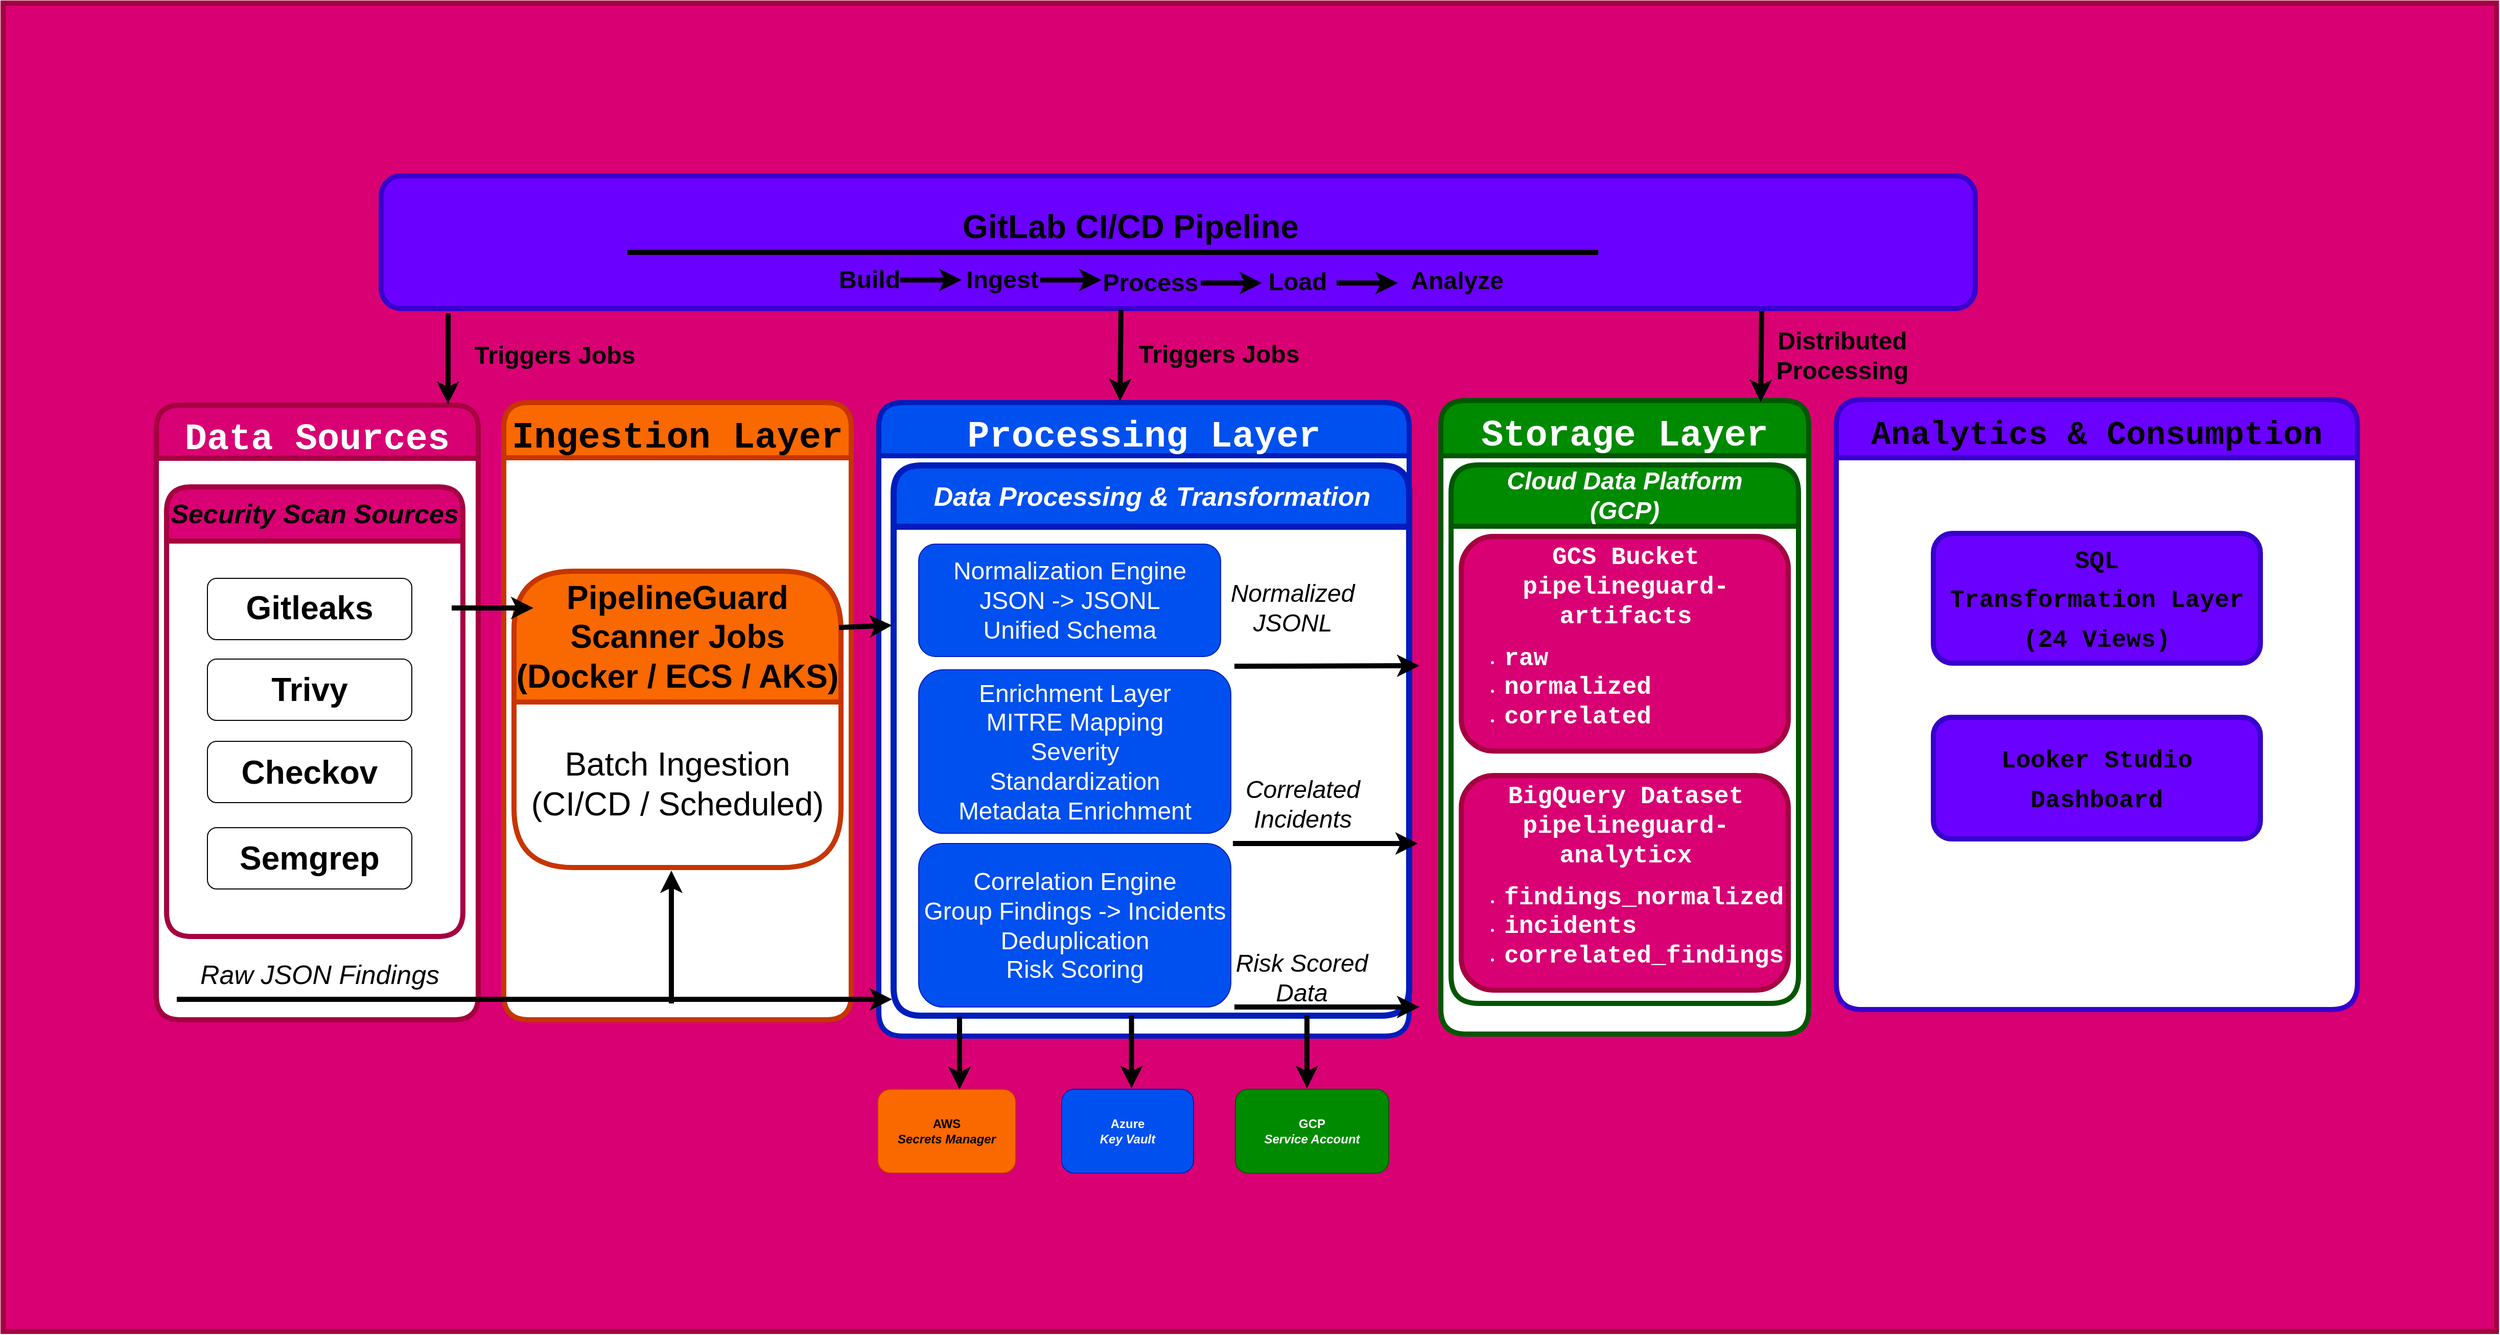
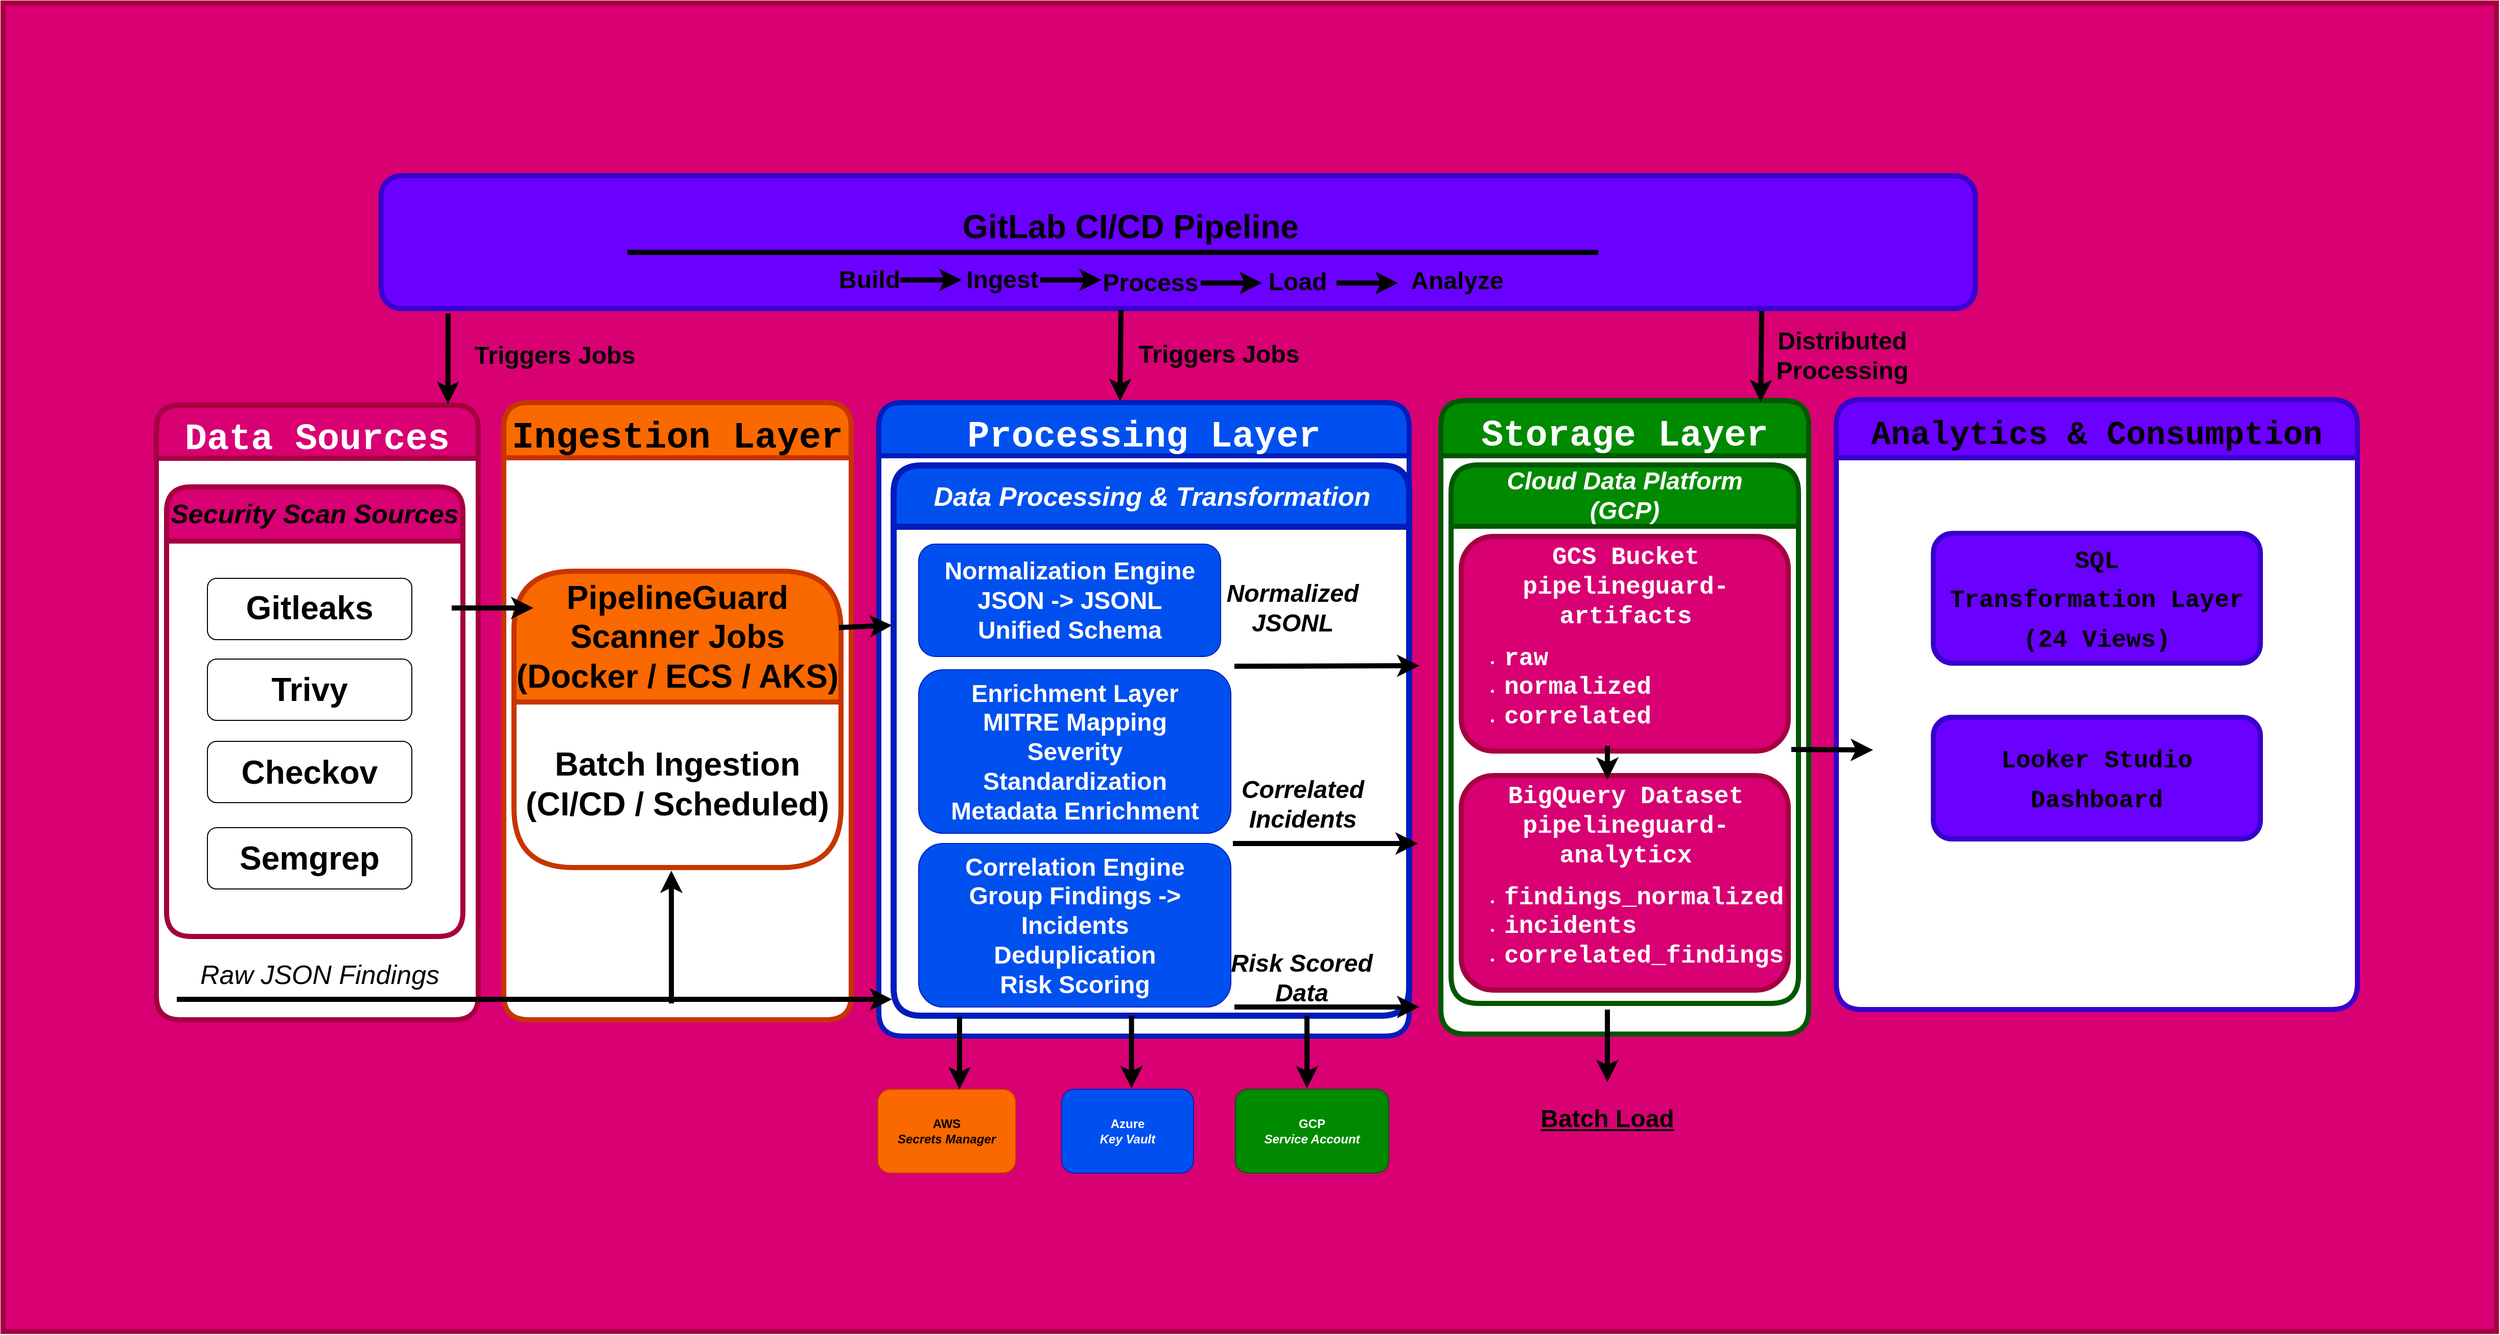
<mxfile host="app.diagrams.net">
  <diagram name="Page-1" id="wnvbU-IIBA4X3ERRIzDW">
-     <mxGraphModel dx="3262" dy="1118" grid="1" gridSize="10" guides="1" tooltips="1" connect="1" arrows="1" fold="1" page="1" pageScale="1" pageWidth="1100" pageHeight="850" math="0" shadow="0">
+     <mxGraphModel dx="3803" dy="1230" grid="1" gridSize="10" guides="1" tooltips="1" connect="1" arrows="1" fold="1" page="1" pageScale="1" pageWidth="1100" pageHeight="850" math="0" shadow="0">
      <root>
        <mxCell id="3hbKWXpWb3xlno1mbGmc-0" />
        <mxCell id="3hbKWXpWb3xlno1mbGmc-1" parent="3hbKWXpWb3xlno1mbGmc-0" />
        <mxCell id="MmhoqoZHI4b3_u_L-0jk-90" parent="3hbKWXpWb3xlno1mbGmc-1" style="rounded=0;whiteSpace=wrap;html=1;glass=0;strokeColor=light-dark(#A50040, #bf4040);strokeWidth=5;align=center;verticalAlign=middle;fontFamily=Courier New;fontSize=36;fontColor=light-dark(#FFFFFF,#FFFFFF);fontStyle=1;fillColor=light-dark(#D80073, #deddda);gradientColor=none;" value="" vertex="1">
          <mxGeometry height="1300" width="2440" x="-400" y="1000" as="geometry" />
        </mxCell>
        <mxCell id="ZwPo4dMBsSLs8uQqx6gn-26" parent="3hbKWXpWb3xlno1mbGmc-1" style="rounded=1;whiteSpace=wrap;html=1;fillColor=light-dark(#6A00FF,#9933FF);fontColor=default;strokeColor=#3700CC;align=center;verticalAlign=middle;fontFamily=Courier New;fontSize=32;fontStyle=1;strokeWidth=5;" value="" vertex="1">
          <mxGeometry height="130" width="1560" x="-30" y="1169" as="geometry" />
        </mxCell>
        <mxCell id="MmhoqoZHI4b3_u_L-0jk-2" parent="3hbKWXpWb3xlno1mbGmc-1" style="swimlane;fontSize=36;startSize=52;fontFamily=Courier New;fillColor=light-dark(#D80073,#FF6666);fontColor=light-dark(#FFFFFF,#FFFFFF);strokeColor=light-dark(#A50040, #bf4040);gradientColor=none;strokeWidth=5;rounded=1;strokeOpacity=100;glass=0;swimlaneLine=1;swimlaneFillColor=light-dark(#FFFFFF,#FFDBF7);" value="Data Sources" vertex="1">
          <mxGeometry height="601.5" width="315" x="-250" y="1393.5" as="geometry" />
        </mxCell>
        <mxCell id="ZwPo4dMBsSLs8uQqx6gn-16" parent="MmhoqoZHI4b3_u_L-0jk-2" style="swimlane;whiteSpace=wrap;html=1;startSize=53;fillColor=light-dark(#D80073,#FF6666);fontColor=#ffffff;strokeColor=light-dark(#A50040, #bf4040);strokeWidth=5;rounded=1;" value="&lt;b&gt;&lt;i style=&quot;color: light-dark(rgb(0, 0, 0), rgb(255, 255, 255));&quot;&gt;&lt;font style=&quot;font-size: 26px;&quot;&gt;Security Scan Sources&lt;/font&gt;&lt;/i&gt;&lt;/b&gt;" vertex="1">
          <mxGeometry height="440" width="290" x="10" y="80" as="geometry" />
        </mxCell>
        <mxCell id="MmhoqoZHI4b3_u_L-0jk-24" parent="ZwPo4dMBsSLs8uQqx6gn-16" style="rounded=1;whiteSpace=wrap;html=1;fillColor=light-dark(#FFFFFF,#FF6666);fontStyle=1" value="&lt;div style=&quot;line-height: 60%;&quot;&gt;&lt;font style=&quot;line-height: 60%; font-size: 32px;&quot;&gt;Gitleaks&lt;/font&gt;&lt;/div&gt;" vertex="1">
          <mxGeometry height="60" width="200" x="40" y="89.5" as="geometry" />
        </mxCell>
        <mxCell id="MmhoqoZHI4b3_u_L-0jk-25" parent="ZwPo4dMBsSLs8uQqx6gn-16" style="rounded=1;whiteSpace=wrap;html=1;fontStyle=1;fillColor=light-dark(#FFFFFF,#FF6666);" value="&lt;font style=&quot;font-size: 32px;&quot;&gt;Trivy&lt;/font&gt;" vertex="1">
          <mxGeometry height="60" width="200" x="40" y="168.5" as="geometry" />
        </mxCell>
        <mxCell id="MmhoqoZHI4b3_u_L-0jk-26" parent="ZwPo4dMBsSLs8uQqx6gn-16" style="rounded=1;whiteSpace=wrap;html=1;fontStyle=1;fillColor=light-dark(#FFFFFF,#FF6666);" value="&lt;font style=&quot;font-size: 32px;&quot;&gt;Checkov&lt;/font&gt;" vertex="1">
          <mxGeometry height="60" width="200" x="40" y="249" as="geometry" />
        </mxCell>
        <mxCell id="MmhoqoZHI4b3_u_L-0jk-27" parent="ZwPo4dMBsSLs8uQqx6gn-16" style="rounded=1;whiteSpace=wrap;html=1;fillColor=light-dark(#FFFFFF,#FF6666);fontStyle=1" value="&lt;font style=&quot;font-size: 32px;&quot;&gt;Semgrep&lt;/font&gt;" vertex="1">
          <mxGeometry height="60" width="200" x="40" y="333.5" as="geometry" />
        </mxCell>
        <mxCell id="ZwPo4dMBsSLs8uQqx6gn-22" parent="MmhoqoZHI4b3_u_L-0jk-2" style="text;html=1;whiteSpace=wrap;strokeColor=none;fillColor=none;align=center;verticalAlign=middle;rounded=0;fontColor=light-dark(#000000,#000000);" value="&lt;i&gt;&lt;font style=&quot;font-size: 26px;&quot;&gt;Raw JSON Findings&lt;/font&gt;&lt;/i&gt;" vertex="1">
          <mxGeometry height="30" width="260" x="30" y="542.5" as="geometry" />
        </mxCell>
        <mxCell id="MmhoqoZHI4b3_u_L-0jk-8" parent="3hbKWXpWb3xlno1mbGmc-1" style="text;strokeColor=none;fillColor=none;html=1;fontSize=32;fontStyle=1;verticalAlign=middle;align=center;" value="GitLab CI/CD Pipeline" vertex="1">
          <mxGeometry height="40" width="30" x="688" y="1199" as="geometry" />
        </mxCell>
        <mxCell id="MmhoqoZHI4b3_u_L-0jk-9" parent="3hbKWXpWb3xlno1mbGmc-1" style="line;strokeWidth=5;html=1;" value="" vertex="1">
          <mxGeometry height="10" width="950" x="211" y="1239" as="geometry" />
        </mxCell>
        <mxCell id="MmhoqoZHI4b3_u_L-0jk-12" parent="3hbKWXpWb3xlno1mbGmc-1" style="swimlane;fontSize=36;startSize=54;fontFamily=Courier New;fillColor=#fa6800;fontColor=#000000;strokeColor=#C73500;rounded=1;strokeWidth=5;swimlaneFillColor=light-dark(#FFFFFF,#FFEECC);" value="Ingestion Layer" vertex="1">
          <mxGeometry height="604" width="340" x="90" y="1391" as="geometry" />
        </mxCell>
        <mxCell id="ZwPo4dMBsSLs8uQqx6gn-23" parent="MmhoqoZHI4b3_u_L-0jk-12" style="swimlane;whiteSpace=wrap;html=1;startSize=128;fillColor=#fa6800;fontColor=#000000;strokeColor=#C73500;rounded=1;strokeWidth=5;" value="&lt;font style=&quot;font-size: 32px;&quot;&gt;PipelineGuard Scanner Jobs&lt;br&gt;(Docker / ECS / AKS)&lt;/font&gt;" vertex="1">
          <mxGeometry height="290" width="320" x="10" y="165" as="geometry" />
        </mxCell>
-         <mxCell id="ZwPo4dMBsSLs8uQqx6gn-24" parent="ZwPo4dMBsSLs8uQqx6gn-23" style="text;html=1;whiteSpace=wrap;strokeColor=none;fillColor=none;align=center;verticalAlign=middle;rounded=0;fontColor=light-dark(#000000,#000000);" value="&lt;div&gt;&lt;font style=&quot;font-size: 32px;&quot;&gt;Batch Ingestion&lt;/font&gt;&lt;/div&gt;&lt;div&gt;&lt;font style=&quot;font-size: 32px;&quot;&gt;(CI/CD / Scheduled)&lt;/font&gt;&lt;/div&gt;" vertex="1">
+         <mxCell id="ZwPo4dMBsSLs8uQqx6gn-24" parent="ZwPo4dMBsSLs8uQqx6gn-23" style="text;html=1;whiteSpace=wrap;strokeColor=none;fillColor=none;align=center;verticalAlign=middle;rounded=0;fontColor=light-dark(#000000,#000000);fontStyle=1" value="&lt;div&gt;&lt;font style=&quot;font-size: 32px;&quot;&gt;Batch Ingestion&lt;/font&gt;&lt;/div&gt;&lt;div&gt;&lt;font style=&quot;font-size: 32px;&quot;&gt;(CI/CD / Scheduled)&lt;/font&gt;&lt;/div&gt;" vertex="1">
          <mxGeometry height="126" width="300" x="10" y="145" as="geometry" />
        </mxCell>
        <mxCell id="MmhoqoZHI4b3_u_L-0jk-15" parent="3hbKWXpWb3xlno1mbGmc-1" style="swimlane;fontSize=36;startSize=52;fontFamily=Courier New;fillColor=#0050ef;fontColor=#ffffff;strokeColor=#001DBC;rounded=1;absoluteArcSize=0;noLabel=0;strokeWidth=5;swimlaneFillColor=light-dark(#FFFFFF,#D1F9FF);" value="Processing Layer" vertex="1">
          <mxGeometry height="620" width="519" x="457" y="1391" as="geometry" />
        </mxCell>
        <mxCell id="MmhoqoZHI4b3_u_L-0jk-16" parent="MmhoqoZHI4b3_u_L-0jk-15" style="swimlane;whiteSpace=wrap;html=1;startSize=60;fillColor=#0050ef;fontColor=#ffffff;strokeColor=#001DBC;rounded=1;strokeWidth=6;swimlaneFillColor=light-dark(#FFFFFF,#D1F9FF);" value="&lt;font style=&quot;font-size: 26px;&quot;&gt;&lt;i&gt;Data Processing &amp;amp; Transformation&lt;/i&gt;&lt;/font&gt;" vertex="1">
          <mxGeometry height="538.5" width="504.5" x="14.5" y="61.5" as="geometry" />
        </mxCell>
-         <mxCell id="MmhoqoZHI4b3_u_L-0jk-54" parent="MmhoqoZHI4b3_u_L-0jk-16" style="rounded=1;whiteSpace=wrap;html=1;fillColor=#0050ef;fontColor=#ffffff;strokeColor=#001DBC;" value="&lt;div&gt;&lt;font style=&quot;font-size: 24px;&quot;&gt;Normalization Engine&lt;/font&gt;&lt;/div&gt;&lt;div&gt;&lt;font style=&quot;font-size: 24px;&quot;&gt;JSON -&amp;gt; JSONL&lt;/font&gt;&lt;/div&gt;&lt;div&gt;&lt;font style=&quot;font-size: 24px;&quot;&gt;Unified Schema&lt;/font&gt;&lt;/div&gt;" vertex="1">
+         <mxCell id="MmhoqoZHI4b3_u_L-0jk-54" parent="MmhoqoZHI4b3_u_L-0jk-16" style="rounded=1;whiteSpace=wrap;html=1;fillColor=#0050ef;fontColor=#ffffff;strokeColor=#001DBC;fontStyle=1" value="&lt;div&gt;&lt;font style=&quot;font-size: 24px;&quot;&gt;Normalization Engine&lt;/font&gt;&lt;/div&gt;&lt;div&gt;&lt;font style=&quot;font-size: 24px;&quot;&gt;JSON -&amp;gt; JSONL&lt;/font&gt;&lt;/div&gt;&lt;div&gt;&lt;font style=&quot;font-size: 24px;&quot;&gt;Unified Schema&lt;/font&gt;&lt;/div&gt;" vertex="1">
          <mxGeometry height="110" width="295.5" x="24.5" y="77" as="geometry" />
        </mxCell>
-         <mxCell id="MmhoqoZHI4b3_u_L-0jk-55" parent="MmhoqoZHI4b3_u_L-0jk-16" style="rounded=1;whiteSpace=wrap;html=1;fillColor=#0050ef;fontColor=#ffffff;strokeColor=#001DBC;" value="&lt;div&gt;&lt;font style=&quot;font-size: 24px;&quot;&gt;Enrichment Layer&lt;/font&gt;&lt;/div&gt;&lt;div&gt;&lt;font style=&quot;font-size: 24px;&quot;&gt;MITRE Mapping&lt;/font&gt;&lt;/div&gt;&lt;div&gt;&lt;font style=&quot;font-size: 24px;&quot;&gt;Severity&lt;/font&gt;&lt;/div&gt;&lt;div&gt;&lt;font style=&quot;font-size: 24px;&quot;&gt;Standardization&lt;/font&gt;&lt;/div&gt;&lt;div&gt;&lt;font style=&quot;font-size: 24px;&quot;&gt;Metadata Enrichment&lt;/font&gt;&lt;/div&gt;" vertex="1">
+         <mxCell id="MmhoqoZHI4b3_u_L-0jk-55" parent="MmhoqoZHI4b3_u_L-0jk-16" style="rounded=1;whiteSpace=wrap;html=1;fillColor=#0050ef;fontColor=#ffffff;strokeColor=#001DBC;fontStyle=1" value="&lt;div&gt;&lt;font style=&quot;font-size: 24px;&quot;&gt;Enrichment Layer&lt;/font&gt;&lt;/div&gt;&lt;div&gt;&lt;font style=&quot;font-size: 24px;&quot;&gt;MITRE Mapping&lt;/font&gt;&lt;/div&gt;&lt;div&gt;&lt;font style=&quot;font-size: 24px;&quot;&gt;Severity&lt;/font&gt;&lt;/div&gt;&lt;div&gt;&lt;font style=&quot;font-size: 24px;&quot;&gt;Standardization&lt;/font&gt;&lt;/div&gt;&lt;div&gt;&lt;font style=&quot;font-size: 24px;&quot;&gt;Metadata Enrichment&lt;/font&gt;&lt;/div&gt;" vertex="1">
          <mxGeometry height="160" width="305.5" x="24.5" y="200" as="geometry" />
        </mxCell>
-         <mxCell id="MmhoqoZHI4b3_u_L-0jk-56" parent="MmhoqoZHI4b3_u_L-0jk-16" style="rounded=1;whiteSpace=wrap;html=1;fillColor=#0050ef;fontColor=#ffffff;strokeColor=#001DBC;" value="&lt;div&gt;&lt;font style=&quot;font-size: 24px;&quot;&gt;Correlation Engine&lt;/font&gt;&lt;/div&gt;&lt;div&gt;&lt;font style=&quot;font-size: 24px;&quot;&gt;Group Findings -&amp;gt; Incidents&lt;/font&gt;&lt;/div&gt;&lt;div&gt;&lt;font style=&quot;font-size: 24px;&quot;&gt;Deduplication&lt;/font&gt;&lt;/div&gt;&lt;div&gt;&lt;font style=&quot;font-size: 24px;&quot;&gt;Risk Scoring&lt;/font&gt;&lt;/div&gt;" vertex="1">
+         <mxCell id="MmhoqoZHI4b3_u_L-0jk-56" parent="MmhoqoZHI4b3_u_L-0jk-16" style="rounded=1;whiteSpace=wrap;html=1;fillColor=#0050ef;fontColor=#ffffff;strokeColor=#001DBC;fontStyle=1" value="&lt;div&gt;&lt;font style=&quot;font-size: 24px;&quot;&gt;Correlation Engine&lt;/font&gt;&lt;/div&gt;&lt;div&gt;&lt;font style=&quot;font-size: 24px;&quot;&gt;Group Findings -&amp;gt; Incidents&lt;/font&gt;&lt;/div&gt;&lt;div&gt;&lt;font style=&quot;font-size: 24px;&quot;&gt;Deduplication&lt;/font&gt;&lt;/div&gt;&lt;div&gt;&lt;font style=&quot;font-size: 24px;&quot;&gt;Risk Scoring&lt;/font&gt;&lt;/div&gt;" vertex="1">
          <mxGeometry height="160" width="305.5" x="24.5" y="370" as="geometry" />
        </mxCell>
-         <mxCell id="MmhoqoZHI4b3_u_L-0jk-57" parent="MmhoqoZHI4b3_u_L-0jk-16" style="text;html=1;whiteSpace=wrap;strokeColor=none;fillColor=none;align=center;verticalAlign=middle;rounded=0;fontColor=light-dark(#000000,#000000);" value="&lt;font style=&quot;font-size: 24px;&quot;&gt;&lt;i&gt;&lt;font&gt;Normalized JSONL&lt;/font&gt;&lt;/i&gt;&lt;/font&gt;" vertex="1">
+         <mxCell id="MmhoqoZHI4b3_u_L-0jk-57" parent="MmhoqoZHI4b3_u_L-0jk-16" style="text;html=1;whiteSpace=wrap;strokeColor=none;fillColor=none;align=center;verticalAlign=middle;rounded=0;fontColor=light-dark(#000000,#000000);fontStyle=1" value="&lt;font style=&quot;font-size: 24px;&quot;&gt;&lt;i&gt;&lt;font&gt;Normalized JSONL&lt;/font&gt;&lt;/i&gt;&lt;/font&gt;" vertex="1">
          <mxGeometry height="58" width="160" x="310" y="110" as="geometry" />
        </mxCell>
-         <mxCell id="MmhoqoZHI4b3_u_L-0jk-58" parent="MmhoqoZHI4b3_u_L-0jk-16" style="text;html=1;whiteSpace=wrap;strokeColor=none;fillColor=none;align=center;verticalAlign=middle;rounded=0;fontColor=light-dark(#000000,#000000);" value="&lt;div&gt;&lt;font style=&quot;font-size: 24px;&quot;&gt;&lt;i&gt;Correlated&lt;/i&gt;&lt;/font&gt;&lt;/div&gt;&lt;div&gt;&lt;font style=&quot;font-size: 24px;&quot;&gt;&lt;i&gt;Incidents&lt;/i&gt;&lt;/font&gt;&lt;/div&gt;" vertex="1">
+         <mxCell id="MmhoqoZHI4b3_u_L-0jk-58" parent="MmhoqoZHI4b3_u_L-0jk-16" style="text;html=1;whiteSpace=wrap;strokeColor=none;fillColor=none;align=center;verticalAlign=middle;rounded=0;fontColor=light-dark(#000000,#000000);fontStyle=1" value="&lt;div&gt;&lt;font style=&quot;font-size: 24px;&quot;&gt;&lt;i&gt;Correlated&lt;/i&gt;&lt;/font&gt;&lt;/div&gt;&lt;div&gt;&lt;font style=&quot;font-size: 24px;&quot;&gt;&lt;i&gt;Incidents&lt;/i&gt;&lt;/font&gt;&lt;/div&gt;" vertex="1">
          <mxGeometry height="58" width="160" x="320" y="302" as="geometry" />
        </mxCell>
-         <mxCell id="MmhoqoZHI4b3_u_L-0jk-59" parent="MmhoqoZHI4b3_u_L-0jk-16" style="text;html=1;whiteSpace=wrap;strokeColor=none;fillColor=none;align=center;verticalAlign=middle;rounded=0;fontColor=light-dark(#000000,#000000);" value="&lt;div&gt;&lt;i&gt;&lt;font style=&quot;font-size: 24px;&quot;&gt;Risk Scored&lt;/font&gt;&lt;/i&gt;&lt;/div&gt;&lt;div&gt;&lt;i&gt;&lt;font style=&quot;font-size: 24px;&quot;&gt;Data&lt;/font&gt;&lt;/i&gt;&lt;/div&gt;" vertex="1">
+         <mxCell id="MmhoqoZHI4b3_u_L-0jk-59" parent="MmhoqoZHI4b3_u_L-0jk-16" style="text;html=1;whiteSpace=wrap;strokeColor=none;fillColor=none;align=center;verticalAlign=middle;rounded=0;fontColor=light-dark(#000000,#000000);fontStyle=1" value="&lt;div&gt;&lt;i&gt;&lt;font style=&quot;font-size: 24px;&quot;&gt;Risk Scored&lt;/font&gt;&lt;/i&gt;&lt;/div&gt;&lt;div&gt;&lt;i&gt;&lt;font style=&quot;font-size: 24px;&quot;&gt;Data&lt;/font&gt;&lt;/i&gt;&lt;/div&gt;" vertex="1">
          <mxGeometry height="58" width="160" x="319.5" y="472" as="geometry" />
        </mxCell>
        <mxCell id="MmhoqoZHI4b3_u_L-0jk-61" edge="1" parent="MmhoqoZHI4b3_u_L-0jk-16" style="endArrow=classic;html=1;rounded=0;entryX=0;entryY=0.5;entryDx=0;entryDy=0;strokeWidth=5;strokeColor=light-dark(#000000,#000000);align=center;verticalAlign=middle;fontFamily=Helvetica;fontSize=11;fontColor=default;labelBackgroundColor=default;" value="">
          <mxGeometry height="50" relative="1" width="50" as="geometry">
            <mxPoint x="332" y="370" as="sourcePoint" />
            <mxPoint x="513" y="370" as="targetPoint" />
          </mxGeometry>
        </mxCell>
        <mxCell id="MmhoqoZHI4b3_u_L-0jk-62" edge="1" parent="MmhoqoZHI4b3_u_L-0jk-16" style="endArrow=classic;html=1;rounded=0;entryX=0;entryY=0.5;entryDx=0;entryDy=0;strokeWidth=5;strokeColor=light-dark(#000000,#000000);align=center;verticalAlign=middle;fontFamily=Helvetica;fontSize=11;fontColor=default;labelBackgroundColor=default;" value="">
          <mxGeometry height="50" relative="1" width="50" as="geometry">
            <mxPoint x="333.5" y="530" as="sourcePoint" />
            <mxPoint x="514.5" y="530" as="targetPoint" />
          </mxGeometry>
        </mxCell>
        <mxCell id="MmhoqoZHI4b3_u_L-0jk-69" edge="1" parent="MmhoqoZHI4b3_u_L-0jk-15" style="endArrow=classic;html=1;rounded=0;strokeColor=light-dark(#000000,#000000);strokeWidth=5;align=center;verticalAlign=middle;fontFamily=Helvetica;fontSize=11;fontColor=default;labelBackgroundColor=default;" value="">
          <mxGeometry height="50" relative="1" width="50" as="geometry">
            <mxPoint x="247.28999999999996" y="600" as="sourcePoint" />
            <mxPoint x="247.28999999999996" y="671" as="targetPoint" />
          </mxGeometry>
        </mxCell>
        <mxCell id="MmhoqoZHI4b3_u_L-0jk-18" parent="3hbKWXpWb3xlno1mbGmc-1" style="swimlane;fontSize=36;startSize=54;fontFamily=Courier New;align=center;fillColor=#008a00;strokeColor=#005700;fontColor=light-dark(#FFFFFF,#FFFFFF);rounded=1;strokeWidth=5;swimlaneFillColor=light-dark(#FFFFFF,#C9FFCC);" value="Storage Layer" vertex="1">
          <mxGeometry height="620" width="360" x="1007" y="1389" as="geometry" />
        </mxCell>
        <mxCell id="MmhoqoZHI4b3_u_L-0jk-19" parent="MmhoqoZHI4b3_u_L-0jk-18" style="swimlane;whiteSpace=wrap;html=1;startSize=60;fillColor=#008a00;fontColor=light-dark(#FFFFFF,#FFFFFF);strokeColor=#005700;rounded=1;strokeWidth=5;" value="&lt;div&gt;&lt;font style=&quot;font-size: 24px;&quot;&gt;&lt;i&gt;&lt;font&gt;Cloud Data Platform&lt;/font&gt;&lt;/i&gt;&lt;/font&gt;&lt;/div&gt;&lt;div&gt;&lt;font style=&quot;font-size: 24px;&quot;&gt;&lt;i&gt;&lt;font&gt;(GCP)&lt;/font&gt;&lt;/i&gt;&lt;/font&gt;&lt;/div&gt;" vertex="1">
          <mxGeometry height="527" width="340" x="10" y="63" as="geometry" />
        </mxCell>
        <mxCell id="MmhoqoZHI4b3_u_L-0jk-73" parent="MmhoqoZHI4b3_u_L-0jk-19" style="rounded=1;whiteSpace=wrap;html=1;glass=0;strokeColor=light-dark(#A50040,#66FF66);strokeWidth=5;align=left;verticalAlign=middle;fontFamily=Courier New;fontSize=12;fontColor=light-dark(#FFFFFF, #000000);fontStyle=1;fillColor=light-dark(#D80073,#97D077);gradientColor=none;" value="&lt;div align=&quot;center&quot;&gt;&lt;font style=&quot;font-size: 24px;&quot;&gt;GCS Bucket&lt;/font&gt;&lt;/div&gt;&lt;div align=&quot;center&quot;&gt;&lt;font style=&quot;font-size: 24px;&quot;&gt;pipelineguard-a&lt;/font&gt;&lt;font style=&quot;font-size: 24px;&quot;&gt;rtifacts&lt;/font&gt;&lt;/div&gt;&lt;div&gt;&lt;ul&gt;&lt;li&gt;&lt;font style=&quot;font-size: 24px;&quot;&gt;raw&lt;/font&gt;&lt;/li&gt;&lt;li&gt;&lt;font style=&quot;font-size: 24px;&quot;&gt;normalized&lt;/font&gt;&lt;/li&gt;&lt;li&gt;&lt;font style=&quot;font-size: 24px;&quot;&gt;correlated&lt;/font&gt;&lt;/li&gt;&lt;/ul&gt;&lt;/div&gt;" vertex="1">
          <mxGeometry height="210" width="320" x="10" y="70" as="geometry" />
        </mxCell>
        <mxCell id="MmhoqoZHI4b3_u_L-0jk-74" parent="MmhoqoZHI4b3_u_L-0jk-19" style="rounded=1;whiteSpace=wrap;html=1;glass=0;strokeColor=light-dark(#A50040,#66FF66);strokeWidth=5;align=left;verticalAlign=middle;fontFamily=Courier New;fontSize=12;fontColor=light-dark(#FFFFFF, #000000);fontStyle=1;fillColor=light-dark(#D80073,#97D077);gradientColor=none;" value="&lt;div align=&quot;center&quot;&gt;&lt;font style=&quot;font-size: 24px;&quot;&gt;BigQuery Dataset&lt;/font&gt;&lt;/div&gt;&lt;div align=&quot;center&quot;&gt;&lt;font style=&quot;font-size: 24px;&quot;&gt;pipelineguard-analyticx&lt;/font&gt;&lt;/div&gt;&lt;div&gt;&lt;ul&gt;&lt;li&gt;&lt;font style=&quot;font-size: 24px;&quot;&gt;findings_normalized&lt;/font&gt;&lt;/li&gt;&lt;li&gt;&lt;font style=&quot;font-size: 24px;&quot;&gt;incidents&lt;/font&gt;&lt;/li&gt;&lt;li&gt;&lt;font style=&quot;font-size: 24px;&quot;&gt;correlated_findings&lt;/font&gt;&lt;/li&gt;&lt;/ul&gt;&lt;/div&gt;" vertex="1">
          <mxGeometry height="210" width="320" x="10" y="304" as="geometry" />
        </mxCell>
-         <mxCell id="MmhoqoZHI4b3_u_L-0jk-21" parent="3hbKWXpWb3xlno1mbGmc-1" style="swimlane;fontSize=32;startSize=57;fontFamily=Courier New;fillColor=light-dark(#6A00FF,#9933FF);fontColor=default;strokeColor=#3700CC;rounded=1;strokeWidth=5;swimlaneFillColor=light-dark(#FFFFFF,#E5CCFF);" value="Analytics &amp; Consumption" vertex="1">
+         <mxCell id="dgWkQe_JnihtNfNwHRCE-1" edge="1" parent="MmhoqoZHI4b3_u_L-0jk-19" style="endArrow=classic;html=1;rounded=0;strokeColor=light-dark(#000000,#000000);strokeWidth=5;align=center;verticalAlign=middle;fontFamily=Helvetica;fontSize=11;fontColor=default;labelBackgroundColor=default;" value="">
+           <mxGeometry height="50" relative="1" width="50" as="geometry">
+             <mxPoint x="153" y="275" as="sourcePoint" />
+             <mxPoint x="153" y="308" as="targetPoint" />
+           </mxGeometry>
+         </mxCell>
+         <mxCell id="MmhoqoZHI4b3_u_L-0jk-21" parent="3hbKWXpWb3xlno1mbGmc-1" style="swimlane;fontSize=32;startSize=57;fontFamily=Courier New;fillColor=light-dark(#6A00FF,#9933FF);fontColor=default;strokeColor=light-dark(#3700CC,#9933FF);rounded=1;strokeWidth=5;swimlaneFillColor=light-dark(#FFFFFF,#E5CCFF);" value="Analytics &amp; Consumption" vertex="1">
          <mxGeometry height="597" width="510" x="1394" y="1388" as="geometry" />
        </mxCell>
        <mxCell id="MmhoqoZHI4b3_u_L-0jk-76" parent="MmhoqoZHI4b3_u_L-0jk-21" style="rounded=1;whiteSpace=wrap;html=1;glass=0;strokeColor=#3700CC;strokeWidth=5;align=center;verticalAlign=middle;fontFamily=Courier New;fontSize=32;fontColor=default;fontStyle=1;fillColor=light-dark(#6A00FF,#9933FF);swimlaneFillColor=light-dark(#000000,#E5CCFF);" value="&lt;div align=&quot;center&quot;&gt;&lt;font style=&quot;font-size: 24px;&quot;&gt;SQL&lt;/font&gt;&lt;/div&gt;&lt;div align=&quot;center&quot;&gt;&lt;font style=&quot;font-size: 24px;&quot;&gt;Transformation Layer (24 Views)&lt;/font&gt;&lt;/div&gt;" vertex="1">
          <mxGeometry height="127" width="320" x="95" y="131" as="geometry" />
        </mxCell>
        <mxCell id="MmhoqoZHI4b3_u_L-0jk-77" parent="MmhoqoZHI4b3_u_L-0jk-21" style="rounded=1;whiteSpace=wrap;html=1;glass=0;strokeColor=#3700CC;strokeWidth=5;align=center;verticalAlign=middle;fontFamily=Courier New;fontSize=32;fontColor=default;fontStyle=1;fillColor=light-dark(#6A00FF,#9933FF);swimlaneFillColor=light-dark(#000000,#E5CCFF);" value="&lt;div align=&quot;center&quot;&gt;&lt;font style=&quot;font-size: 24px;&quot;&gt;Looker Studio&lt;/font&gt;&lt;/div&gt;&lt;div align=&quot;center&quot;&gt;&lt;font style=&quot;font-size: 24px;&quot;&gt;Dashboard&lt;/font&gt;&lt;/div&gt;" vertex="1">
          <mxGeometry height="119" width="320" x="95" y="311" as="geometry" />
        </mxCell>
+         <mxCell id="dgWkQe_JnihtNfNwHRCE-2" edge="1" parent="MmhoqoZHI4b3_u_L-0jk-21" style="endArrow=classic;html=1;rounded=0;strokeWidth=5;strokeColor=light-dark(#000000,#000000);align=center;verticalAlign=middle;fontFamily=Helvetica;fontSize=11;fontColor=default;labelBackgroundColor=default;" value="">
+           <mxGeometry height="50" relative="1" width="50" as="geometry">
+             <mxPoint x="-44" y="342.4999999999998" as="sourcePoint" />
+             <mxPoint x="36" y="343" as="targetPoint" />
+           </mxGeometry>
+         </mxCell>
        <mxCell id="MmhoqoZHI4b3_u_L-0jk-29" edge="1" parent="3hbKWXpWb3xlno1mbGmc-1" style="endArrow=classic;html=1;rounded=0;strokeWidth=5;strokeColor=light-dark(#000000,#000000);" value="">
          <mxGeometry height="50" relative="1" width="50" as="geometry">
            <mxPoint x="-230" y="1975" as="sourcePoint" />
            <mxPoint x="470" y="1975" as="targetPoint" />
          </mxGeometry>
        </mxCell>
        <mxCell id="MmhoqoZHI4b3_u_L-0jk-31" edge="1" parent="3hbKWXpWb3xlno1mbGmc-1" style="endArrow=classic;html=1;rounded=0;strokeColor=light-dark(#000000,#000000);strokeWidth=5;align=center;verticalAlign=middle;fontFamily=Helvetica;fontSize=11;fontColor=default;labelBackgroundColor=default;" value="">
          <mxGeometry height="50" relative="1" width="50" as="geometry">
            <mxPoint x="39" y="1592" as="sourcePoint" />
            <mxPoint x="119" y="1592" as="targetPoint" />
          </mxGeometry>
        </mxCell>
        <mxCell id="MmhoqoZHI4b3_u_L-0jk-41" edge="1" parent="3hbKWXpWb3xlno1mbGmc-1" source="MmhoqoZHI4b3_u_L-0jk-32" style="edgeStyle=orthogonalEdgeStyle;rounded=0;orthogonalLoop=1;jettySize=auto;html=1;strokeWidth=5;" value="">
          <mxGeometry relative="1" as="geometry">
            <mxPoint x="538" y="1271" as="targetPoint" />
          </mxGeometry>
        </mxCell>
        <mxCell id="MmhoqoZHI4b3_u_L-0jk-32" parent="3hbKWXpWb3xlno1mbGmc-1" style="text;html=1;whiteSpace=wrap;strokeColor=none;fillColor=none;align=center;verticalAlign=middle;rounded=0;fontStyle=1;fontSize=24;" value="&lt;font&gt;Build&lt;/font&gt;" vertex="1">
          <mxGeometry height="30" width="60" x="418" y="1256" as="geometry" />
        </mxCell>
        <mxCell id="MmhoqoZHI4b3_u_L-0jk-33" parent="3hbKWXpWb3xlno1mbGmc-1" style="text;html=1;whiteSpace=wrap;strokeColor=none;fillColor=none;align=center;verticalAlign=middle;rounded=0;fontFamily=Helvetica;fontSize=24;fontColor=default;fontStyle=1;" value="&lt;font style=&quot;font-size: 24px;&quot;&gt;Ingest&lt;/font&gt;" vertex="1">
          <mxGeometry height="30" width="60" x="548" y="1256" as="geometry" />
        </mxCell>
        <mxCell id="MmhoqoZHI4b3_u_L-0jk-34" parent="3hbKWXpWb3xlno1mbGmc-1" style="text;html=1;whiteSpace=wrap;strokeColor=none;fillColor=none;align=center;verticalAlign=middle;rounded=0;fontFamily=Helvetica;fontSize=24;fontColor=default;fontStyle=1;" value="&lt;font style=&quot;font-size: 24px;&quot;&gt;Process&lt;/font&gt;" vertex="1">
          <mxGeometry height="30" width="60" x="693" y="1259" as="geometry" />
        </mxCell>
        <mxCell id="MmhoqoZHI4b3_u_L-0jk-35" parent="3hbKWXpWb3xlno1mbGmc-1" style="text;html=1;whiteSpace=wrap;strokeColor=none;fillColor=none;align=center;verticalAlign=middle;rounded=0;fontFamily=Helvetica;fontSize=24;fontColor=default;fontStyle=1;" value="&lt;font style=&quot;font-size: 24px;&quot;&gt;Load&lt;/font&gt;" vertex="1">
          <mxGeometry height="30" width="60" x="837" y="1258" as="geometry" />
        </mxCell>
        <mxCell id="MmhoqoZHI4b3_u_L-0jk-36" parent="3hbKWXpWb3xlno1mbGmc-1" style="text;html=1;whiteSpace=wrap;strokeColor=none;fillColor=none;align=center;verticalAlign=middle;rounded=0;fontFamily=Helvetica;fontSize=24;fontColor=default;fontStyle=1;" value="&lt;font style=&quot;font-size: 24px;&quot;&gt;Analyze&lt;/font&gt;" vertex="1">
          <mxGeometry height="30" width="60" x="993" y="1257" as="geometry" />
        </mxCell>
        <mxCell id="MmhoqoZHI4b3_u_L-0jk-44" edge="1" parent="3hbKWXpWb3xlno1mbGmc-1" source="ZwPo4dMBsSLs8uQqx6gn-26" style="endArrow=classic;html=1;rounded=0;entryX=0.906;entryY=-0.002;entryDx=0;entryDy=0;entryPerimeter=0;exitX=0.042;exitY=1.036;exitDx=0;exitDy=0;exitPerimeter=0;strokeWidth=5;strokeColor=light-dark(#000000,#000000);align=center;verticalAlign=middle;fontFamily=Helvetica;fontSize=11;fontColor=default;labelBackgroundColor=default;" target="MmhoqoZHI4b3_u_L-0jk-2" value="">
          <mxGeometry height="50" relative="1" width="50" as="geometry">
            <mxPoint x="-300" y="1269" as="sourcePoint" />
            <mxPoint x="500" y="1759" as="targetPoint" />
          </mxGeometry>
        </mxCell>
        <mxCell id="MmhoqoZHI4b3_u_L-0jk-46" parent="3hbKWXpWb3xlno1mbGmc-1" style="text;html=1;whiteSpace=wrap;strokeColor=none;fillColor=none;align=center;verticalAlign=middle;rounded=0;fontSize=24;fontStyle=1;fontColor=light-dark(#000000,#000000);" value="&lt;font&gt;Triggers Jobs&lt;/font&gt;" vertex="1">
          <mxGeometry height="30" width="160" x="60" y="1330" as="geometry" />
        </mxCell>
        <mxCell id="MmhoqoZHI4b3_u_L-0jk-50" edge="1" parent="3hbKWXpWb3xlno1mbGmc-1" style="edgeStyle=orthogonalEdgeStyle;rounded=0;orthogonalLoop=1;jettySize=auto;html=1;strokeColor=default;strokeWidth=5;align=center;verticalAlign=middle;fontFamily=Helvetica;fontSize=11;fontColor=default;labelBackgroundColor=default;endArrow=classic;" value="">
          <mxGeometry relative="1" as="geometry">
            <mxPoint x="615" y="1271" as="sourcePoint" />
            <mxPoint x="675" y="1271" as="targetPoint" />
          </mxGeometry>
        </mxCell>
        <mxCell id="MmhoqoZHI4b3_u_L-0jk-51" edge="1" parent="3hbKWXpWb3xlno1mbGmc-1" style="edgeStyle=orthogonalEdgeStyle;rounded=0;orthogonalLoop=1;jettySize=auto;html=1;strokeColor=default;strokeWidth=5;align=center;verticalAlign=middle;fontFamily=Helvetica;fontSize=11;fontColor=default;labelBackgroundColor=default;endArrow=classic;" value="">
          <mxGeometry relative="1" as="geometry">
            <mxPoint x="772" y="1274" as="sourcePoint" />
            <mxPoint x="832" y="1274" as="targetPoint" />
          </mxGeometry>
        </mxCell>
        <mxCell id="MmhoqoZHI4b3_u_L-0jk-52" edge="1" parent="3hbKWXpWb3xlno1mbGmc-1" style="edgeStyle=orthogonalEdgeStyle;rounded=0;orthogonalLoop=1;jettySize=auto;html=1;strokeColor=default;strokeWidth=5;align=center;verticalAlign=middle;fontFamily=Helvetica;fontSize=11;fontColor=default;labelBackgroundColor=default;endArrow=classic;" value="">
          <mxGeometry relative="1" as="geometry">
            <mxPoint x="905" y="1274" as="sourcePoint" />
            <mxPoint x="965" y="1274" as="targetPoint" />
          </mxGeometry>
        </mxCell>
        <mxCell id="MmhoqoZHI4b3_u_L-0jk-60" edge="1" parent="3hbKWXpWb3xlno1mbGmc-1" style="endArrow=classic;html=1;rounded=0;entryX=0;entryY=0.5;entryDx=0;entryDy=0;strokeWidth=5;strokeColor=light-dark(#000000,#000000);align=center;verticalAlign=middle;fontFamily=Helvetica;fontSize=11;fontColor=default;labelBackgroundColor=default;" value="">
          <mxGeometry height="50" relative="1" width="50" as="geometry">
            <mxPoint x="805" y="1649" as="sourcePoint" />
            <mxPoint x="986.0000000000005" y="1648.5000000000002" as="targetPoint" />
          </mxGeometry>
        </mxCell>
        <mxCell id="MmhoqoZHI4b3_u_L-0jk-65" edge="1" parent="3hbKWXpWb3xlno1mbGmc-1" style="endArrow=classic;html=1;rounded=0;strokeColor=light-dark(#000000,#000000);strokeWidth=5;align=center;verticalAlign=middle;fontFamily=Helvetica;fontSize=11;fontColor=default;labelBackgroundColor=default;" value="">
          <mxGeometry height="50" relative="1" width="50" as="geometry">
            <mxPoint x="876" y="1991" as="sourcePoint" />
            <mxPoint x="876" y="2062" as="targetPoint" />
          </mxGeometry>
        </mxCell>
        <mxCell id="MmhoqoZHI4b3_u_L-0jk-66" parent="3hbKWXpWb3xlno1mbGmc-1" style="rounded=1;whiteSpace=wrap;html=1;fillColor=#fa6800;fontColor=#000000;strokeColor=#C73500;fontStyle=1" value="&lt;div&gt;AWS&lt;/div&gt;&lt;div&gt;&lt;i&gt;Secrets Manager&lt;/i&gt;&lt;/div&gt;" vertex="1">
          <mxGeometry height="82" width="135" x="456" y="2063" as="geometry" />
        </mxCell>
        <mxCell id="MmhoqoZHI4b3_u_L-0jk-67" parent="3hbKWXpWb3xlno1mbGmc-1" style="rounded=1;whiteSpace=wrap;html=1;fillColor=#0050ef;fontColor=#ffffff;strokeColor=#001DBC;fontStyle=1" value="&lt;div&gt;Azure&lt;/div&gt;&lt;div&gt;&lt;i&gt;Key Vault&lt;/i&gt;&lt;/div&gt;" vertex="1">
          <mxGeometry height="82" width="129" x="636" y="2063" as="geometry" />
        </mxCell>
        <mxCell id="MmhoqoZHI4b3_u_L-0jk-68" parent="3hbKWXpWb3xlno1mbGmc-1" style="rounded=1;whiteSpace=wrap;html=1;fillColor=#008a00;fontColor=#ffffff;strokeColor=#005700;fontStyle=1" value="&lt;div&gt;GCP&lt;/div&gt;&lt;div&gt;&lt;i&gt;Service Account&lt;/i&gt;&lt;/div&gt;" vertex="1">
          <mxGeometry height="82" width="150" x="806" y="2063" as="geometry" />
        </mxCell>
        <mxCell id="MmhoqoZHI4b3_u_L-0jk-70" edge="1" parent="3hbKWXpWb3xlno1mbGmc-1" style="endArrow=classic;html=1;rounded=0;strokeColor=light-dark(#000000,#000000);strokeWidth=5;align=center;verticalAlign=middle;fontFamily=Helvetica;fontSize=11;fontColor=default;labelBackgroundColor=default;" value="">
          <mxGeometry height="50" relative="1" width="50" as="geometry">
            <mxPoint x="536" y="1992" as="sourcePoint" />
            <mxPoint x="536" y="2063" as="targetPoint" />
          </mxGeometry>
        </mxCell>
        <mxCell id="MmhoqoZHI4b3_u_L-0jk-80" edge="1" parent="3hbKWXpWb3xlno1mbGmc-1" style="endArrow=classic;html=1;rounded=0;entryX=0.906;entryY=-0.002;entryDx=0;entryDy=0;entryPerimeter=0;exitX=0.042;exitY=1.036;exitDx=0;exitDy=0;exitPerimeter=0;strokeWidth=5;strokeColor=light-dark(#000000,#000000);align=center;verticalAlign=middle;fontFamily=Helvetica;fontSize=11;fontColor=default;labelBackgroundColor=default;" value="">
          <mxGeometry height="50" relative="1" width="50" as="geometry">
            <mxPoint x="694" y="1300.5" as="sourcePoint" />
            <mxPoint x="693" y="1389.5" as="targetPoint" />
          </mxGeometry>
        </mxCell>
        <mxCell id="MmhoqoZHI4b3_u_L-0jk-82" parent="3hbKWXpWb3xlno1mbGmc-1" style="text;html=1;whiteSpace=wrap;strokeColor=none;fillColor=none;align=center;verticalAlign=middle;rounded=0;fontSize=24;fontStyle=1;fontColor=light-dark(#000000,#000000);" value="&lt;div&gt;Distributed&lt;/div&gt;&lt;div&gt;Processing&lt;/div&gt;" vertex="1">
          <mxGeometry height="30" width="160" x="1320" y="1330" as="geometry" />
        </mxCell>
        <mxCell id="MmhoqoZHI4b3_u_L-0jk-83" parent="3hbKWXpWb3xlno1mbGmc-1" style="text;html=1;whiteSpace=wrap;strokeColor=none;fillColor=none;align=center;verticalAlign=middle;rounded=0;fontSize=24;fontStyle=1;fontColor=light-dark(#000000,#000000);" value="&lt;font&gt;Triggers Jobs&lt;/font&gt;" vertex="1">
          <mxGeometry height="30" width="160" x="710" y="1329" as="geometry" />
        </mxCell>
        <mxCell id="MmhoqoZHI4b3_u_L-0jk-88" edge="1" parent="3hbKWXpWb3xlno1mbGmc-1" style="endArrow=classic;html=1;rounded=0;fontFamily=Helvetica;fontSize=11;fontColor=default;fontStyle=1;strokeWidth=5;strokeColor=light-dark(#000000,#000000);align=center;verticalAlign=middle;labelBackgroundColor=default;" value="">
          <mxGeometry height="50" relative="1" width="50" as="geometry">
            <mxPoint x="254" y="1979" as="sourcePoint" />
            <mxPoint x="254" y="1849" as="targetPoint" />
          </mxGeometry>
        </mxCell>
        <mxCell id="MmhoqoZHI4b3_u_L-0jk-89" edge="1" parent="3hbKWXpWb3xlno1mbGmc-1" source="ZwPo4dMBsSLs8uQqx6gn-23" style="endArrow=classic;html=1;rounded=0;strokeColor=light-dark(#000000,#000000);strokeWidth=5;align=center;verticalAlign=middle;fontFamily=Helvetica;fontSize=11;fontColor=default;labelBackgroundColor=default;startSize=0;exitX=0.994;exitY=0.19;exitDx=0;exitDy=0;exitPerimeter=0;" value="">
          <mxGeometry height="50" relative="1" width="50" as="geometry">
            <mxPoint x="420" y="1589" as="sourcePoint" />
            <mxPoint x="470" y="1609" as="targetPoint" />
          </mxGeometry>
        </mxCell>
        <mxCell id="MmhoqoZHI4b3_u_L-0jk-92" edge="1" parent="3hbKWXpWb3xlno1mbGmc-1" style="endArrow=classic;html=1;rounded=0;entryX=0.906;entryY=-0.002;entryDx=0;entryDy=0;entryPerimeter=0;exitX=0.042;exitY=1.036;exitDx=0;exitDy=0;exitPerimeter=0;strokeWidth=5;strokeColor=light-dark(#000000,#000000);align=center;verticalAlign=middle;fontFamily=Helvetica;fontSize=11;fontColor=default;labelBackgroundColor=default;" value="">
          <mxGeometry height="50" relative="1" width="50" as="geometry">
            <mxPoint x="1321" y="1301.5" as="sourcePoint" />
            <mxPoint x="1320" y="1390.5" as="targetPoint" />
          </mxGeometry>
+         </mxCell>
+         <mxCell id="dgWkQe_JnihtNfNwHRCE-0" edge="1" parent="3hbKWXpWb3xlno1mbGmc-1" style="endArrow=classic;html=1;rounded=0;strokeColor=light-dark(#000000,#000000);strokeWidth=5;align=center;verticalAlign=middle;fontFamily=Helvetica;fontSize=11;fontColor=default;labelBackgroundColor=default;" value="">
+           <mxGeometry height="50" relative="1" width="50" as="geometry">
+             <mxPoint x="1170" y="1985" as="sourcePoint" />
+             <mxPoint x="1170" y="2056" as="targetPoint" />
+           </mxGeometry>
+         </mxCell>
+         <mxCell id="dgWkQe_JnihtNfNwHRCE-6" parent="3hbKWXpWb3xlno1mbGmc-1" style="text;html=1;whiteSpace=wrap;strokeColor=none;fillColor=none;align=center;verticalAlign=middle;rounded=0;fontSize=24;fontStyle=5;fontColor=light-dark(#000000,#000000);" value="&lt;span&gt;Batch Load&lt;/span&gt;" vertex="1">
+           <mxGeometry height="57" width="160" x="1090" y="2063" as="geometry" />
        </mxCell>
      </root>
    </mxGraphModel>
  </diagram>
</mxfile>
